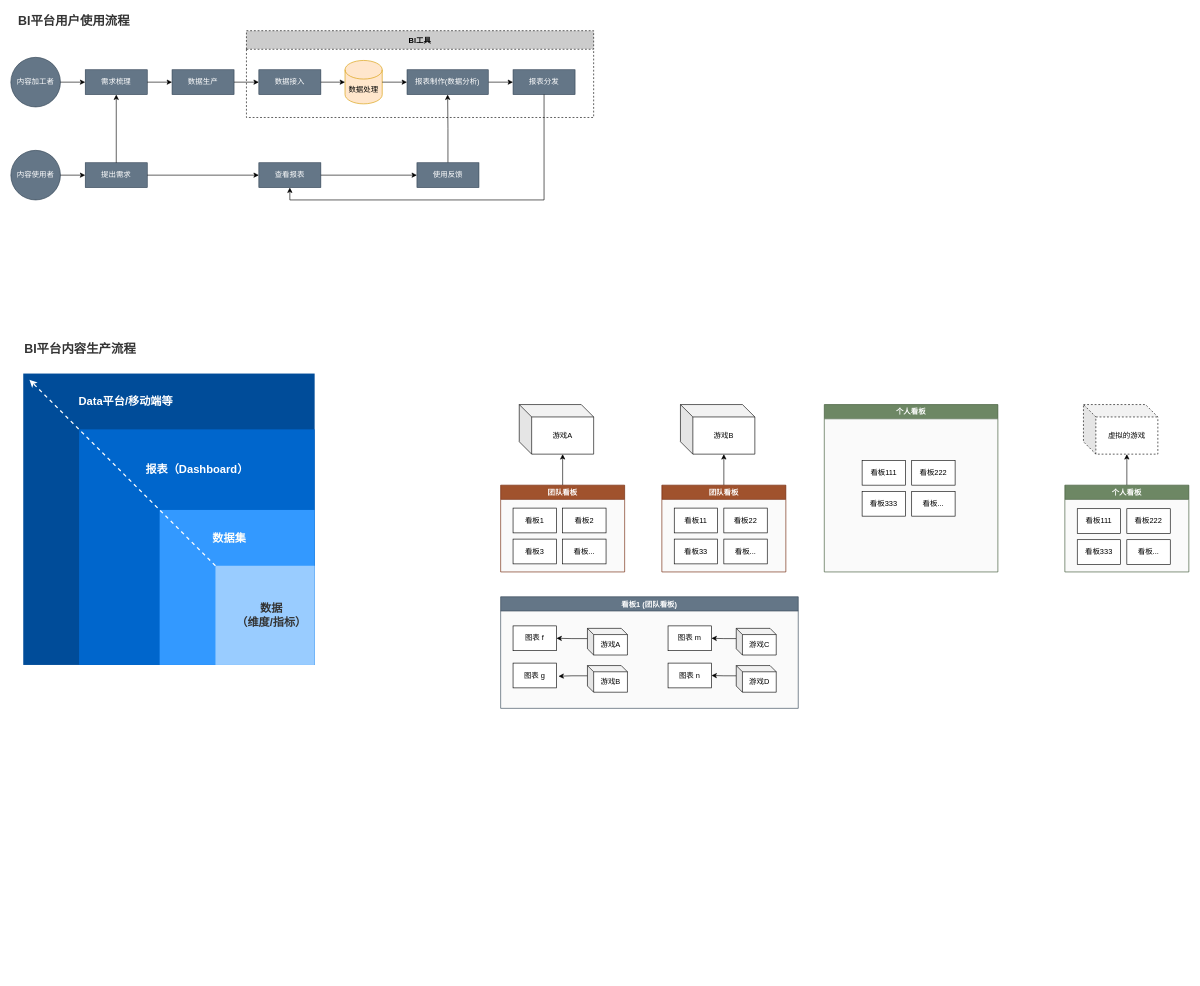
yangbe/diagrams keeps this draw.io diagram as BI平台.drawio. Above is the earlier version. Source tidied: cells renumbered, new cells numbered last; positions are measured from the earlier drawing's top-left corner, leaving out a move shared by most shapes. Both pictures are drawn from the tidied source at 62%, with x=0, y=0 at pixel (11, 11).
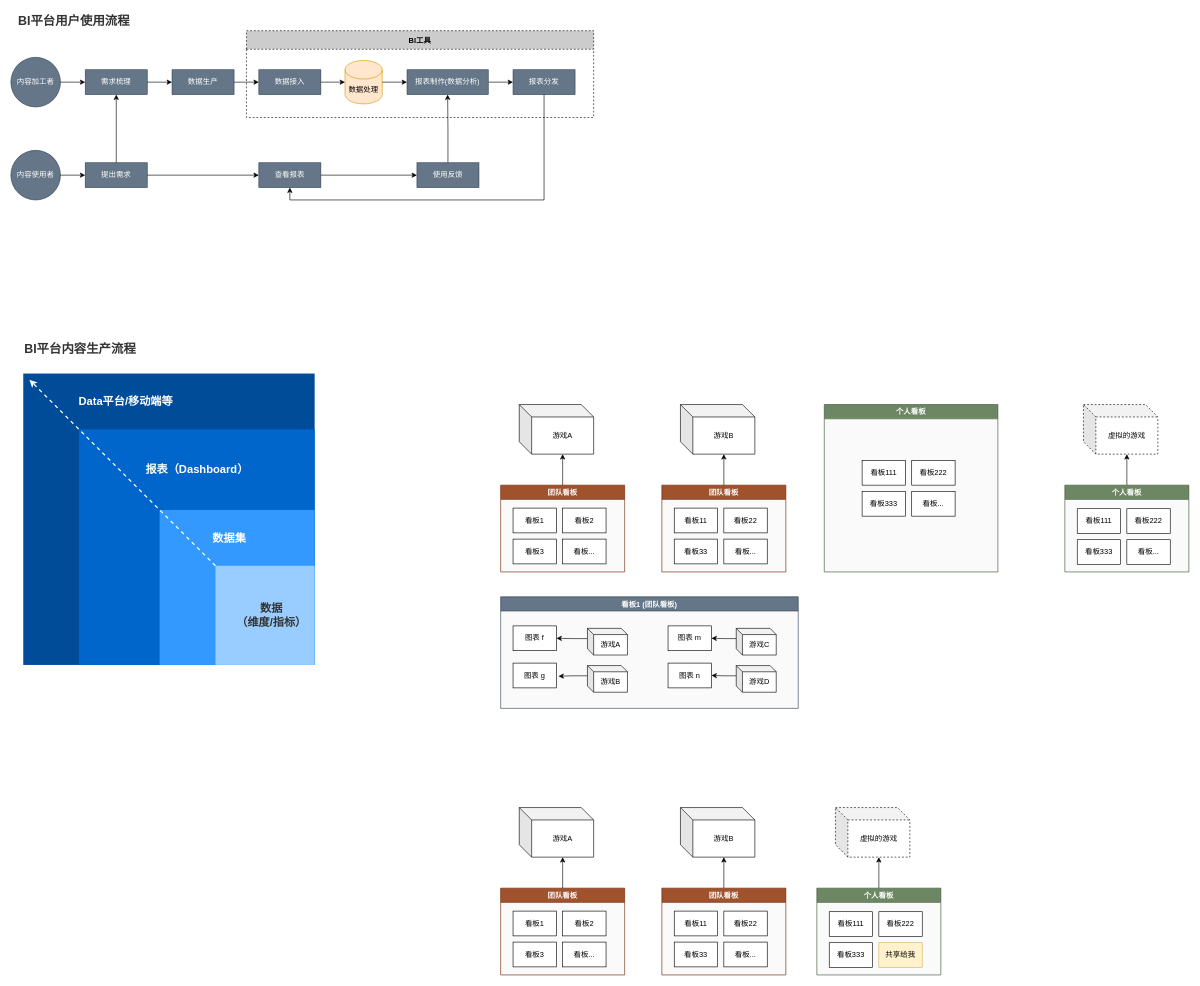
After the change.

Change to the diagram source:
```diff
@@
+    <mxCell id="78" style="group;" parent="1" vertex="1">
+      <mxGeometry x="790" y="1285" width="710" height="270" as="geometry" />
+    </mxCell>
+    <mxCell id="79" value="团队看板" style="swimlane;fillColor=#a0522d;strokeColor=#6D1F00;fontColor=#ffffff;swimlaneFillColor=#fafafa;" parent="78" vertex="1">
+      <mxGeometry y="130" width="200" height="140" as="geometry" />
+    </mxCell>
+    <mxCell id="80" value="看板1" style="rounded=0;whiteSpace=wrap;html=1;" parent="79" vertex="1">
+      <mxGeometry x="20" y="37" width="70" height="40" as="geometry" />
+    </mxCell>
+    <mxCell id="81" value="看板2" style="rounded=0;whiteSpace=wrap;html=1;" parent="79" vertex="1">
+      <mxGeometry x="100" y="37" width="70" height="40" as="geometry" />
+    </mxCell>
+    <mxCell id="82" value="看板3" style="rounded=0;whiteSpace=wrap;html=1;" parent="79" vertex="1">
+      <mxGeometry x="20" y="87" width="70" height="40" as="geometry" />
+    </mxCell>
+    <mxCell id="83" value="看板..." style="rounded=0;whiteSpace=wrap;html=1;" parent="79" vertex="1">
+      <mxGeometry x="100" y="87" width="70" height="40" as="geometry" />
+    </mxCell>
+    <mxCell id="84" value="游戏A" style="shape=cube;whiteSpace=wrap;html=1;boundedLbl=1;backgroundOutline=1;darkOpacity=0.05;darkOpacity2=0.1;strokeColor=#000000;" parent="78" vertex="1">
+      <mxGeometry x="30" width="120" height="80" as="geometry" />
+    </mxCell>
+    <mxCell id="85" style="edgeStyle=orthogonalEdgeStyle;rounded=0;jettySize=auto;html=1;exitX=0.5;exitY=0;exitDx=0;exitDy=0;entryX=0;entryY=0;entryDx=70;entryDy=80;entryPerimeter=0;" parent="78" edge="1" source="79" target="84">
+      <mxGeometry relative="1" as="geometry" />
+    </mxCell>
+    <mxCell id="86" value="游戏B" style="shape=cube;whiteSpace=wrap;html=1;boundedLbl=1;backgroundOutline=1;darkOpacity=0.05;darkOpacity2=0.1;strokeColor=#000000;" parent="78" vertex="1">
+      <mxGeometry x="290" width="120" height="80" as="geometry" />
+    </mxCell>
+    <mxCell id="87" style="edgeStyle=orthogonalEdgeStyle;rounded=0;jettySize=auto;html=1;exitX=0.5;exitY=0;exitDx=0;exitDy=0;entryX=0;entryY=0;entryDx=70;entryDy=80;entryPerimeter=0;" parent="78" edge="1" source="88" target="86">
+      <mxGeometry relative="1" as="geometry" />
+    </mxCell>
+    <mxCell id="88" value="团队看板" style="swimlane;fillColor=#a0522d;strokeColor=#6D1F00;fontColor=#ffffff;swimlaneFillColor=#fafafa;" parent="78" vertex="1">
+      <mxGeometry x="260" y="130" width="200" height="140" as="geometry" />
+    </mxCell>
+    <mxCell id="89" value="看板11" style="rounded=0;whiteSpace=wrap;html=1;" parent="88" vertex="1">
+      <mxGeometry x="20" y="37" width="70" height="40" as="geometry" />
+    </mxCell>
+    <mxCell id="90" value="看板22" style="rounded=0;whiteSpace=wrap;html=1;" parent="88" vertex="1">
+      <mxGeometry x="100" y="37" width="70" height="40" as="geometry" />
+    </mxCell>
+    <mxCell id="91" value="看板33" style="rounded=0;whiteSpace=wrap;html=1;" parent="88" vertex="1">
+      <mxGeometry x="20" y="87" width="70" height="40" as="geometry" />
+    </mxCell>
+    <mxCell id="92" value="看板..." style="rounded=0;whiteSpace=wrap;html=1;" parent="88" vertex="1">
+      <mxGeometry x="100" y="87" width="70" height="40" as="geometry" />
+    </mxCell>
+    <mxCell id="93" value="虚拟的游戏" style="shape=cube;whiteSpace=wrap;html=1;boundedLbl=1;backgroundOutline=1;darkOpacity=0.05;darkOpacity2=0.1;strokeColor=#000000;dashed=1;" parent="78" vertex="1">
+      <mxGeometry x="540" width="120" height="80" as="geometry" />
+    </mxCell>
+    <mxCell id="94" style="edgeStyle=orthogonalEdgeStyle;rounded=0;jettySize=auto;html=1;exitX=0.5;exitY=0;exitDx=0;exitDy=0;entryX=0;entryY=0;entryDx=70;entryDy=80;entryPerimeter=0;" parent="78" edge="1" source="95" target="93">
+      <mxGeometry relative="1" as="geometry" />
+    </mxCell>
+    <mxCell id="95" value="个人看板" style="swimlane;fillColor=#6d8764;strokeColor=#3A5431;fontColor=#ffffff;swimlaneFillColor=#fafafa;" parent="78" vertex="1">
+      <mxGeometry x="510" y="130" width="200" height="140" as="geometry" />
+    </mxCell>
+    <mxCell id="96" value="看板111" style="rounded=0;whiteSpace=wrap;html=1;" parent="95" vertex="1">
+      <mxGeometry x="20" y="38" width="70" height="40" as="geometry" />
+    </mxCell>
+    <mxCell id="97" value="看板222" style="rounded=0;whiteSpace=wrap;html=1;" parent="95" vertex="1">
+      <mxGeometry x="100" y="38" width="70" height="40" as="geometry" />
+    </mxCell>
+    <mxCell id="98" value="看板333" style="rounded=0;whiteSpace=wrap;html=1;" parent="95" vertex="1">
+      <mxGeometry x="20" y="88" width="70" height="40" as="geometry" />
+    </mxCell>
+    <mxCell id="99" value="共享给我" style="rounded=0;whiteSpace=wrap;html=1;fillColor=#fff2cc;strokeColor=#d6b656;" parent="95" vertex="1">
+      <mxGeometry x="100" y="88" width="70" height="40" as="geometry" />
+    </mxCell>
```
